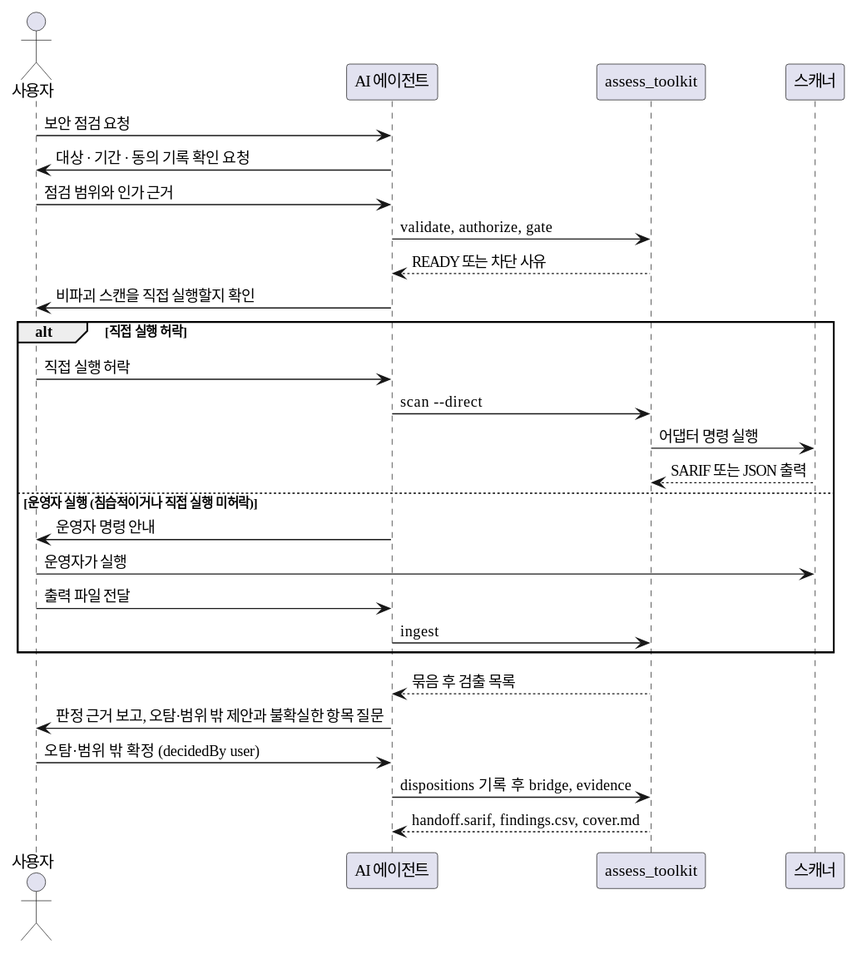
Earlier version of the PlantUML export plugins/security-assessment/skills/security-assessment/toolkit/docs/diagrams/sequence.svg (seo0tak/agent-skills).
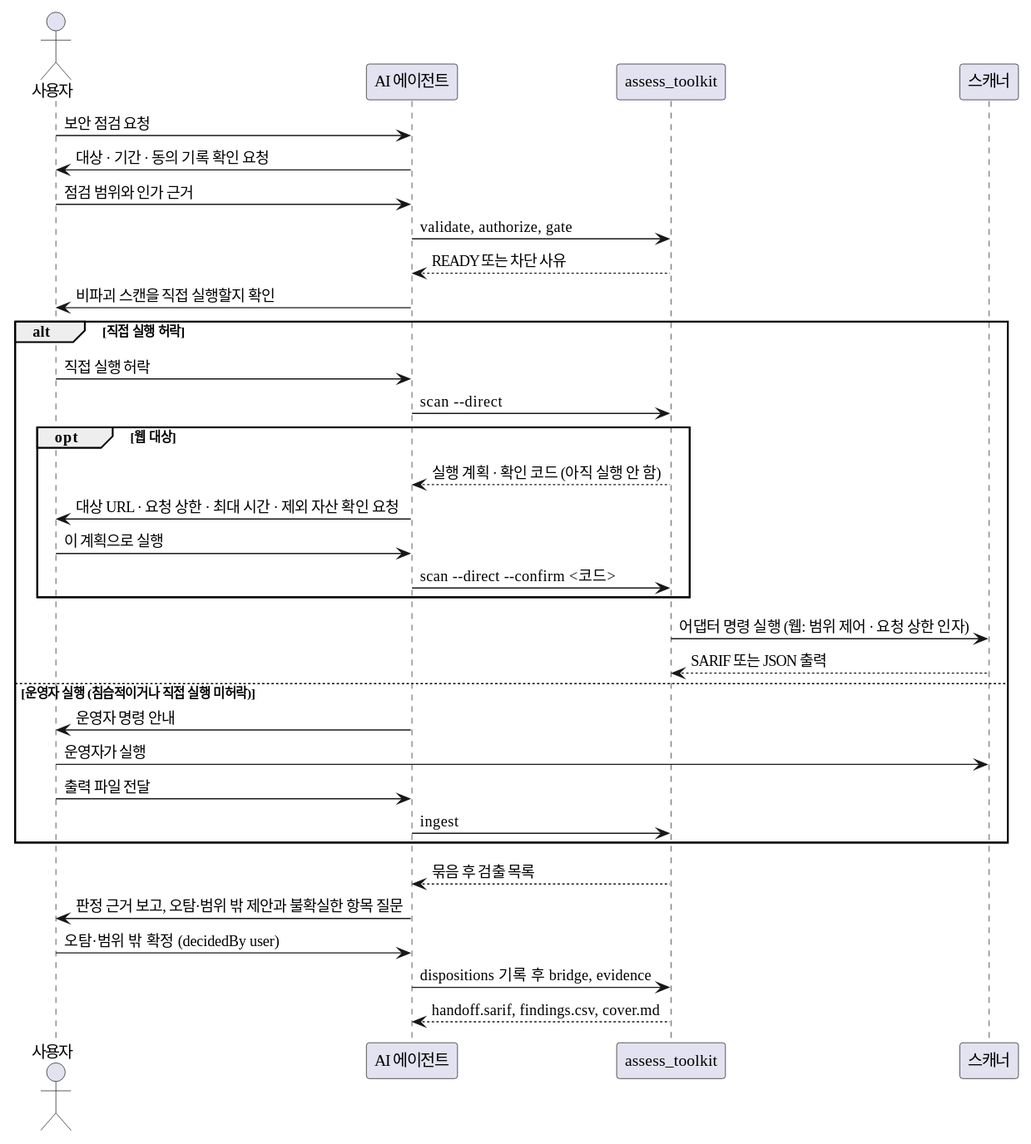
After the change.

The edit, as a diff of the source:
```diff
@@ -15,7 +15,13 @@
 alt 직접 실행 허락
   U -> A: 직접 실행 허락
   A -> T: scan --direct
-  T -> S: 어댑터 명령 실행
+  opt 웹 대상
+    T --> A: 실행 계획 · 확인 코드 (아직 실행 안 함)
+    A -> U: 대상 URL · 요청 상한 · 최대 시간 · 제외 자산 확인 요청
+    U -> A: 이 계획으로 실행
+    A -> T: scan --direct ~--confirm <코드>
+  end
+  T -> S: 어댑터 명령 실행 (웹: 범위 제어 · 요청 상한 인자)
   S --> T: SARIF 또는 JSON 출력
 else 운영자 실행 (침습적이거나 직접 실행 미허락)
   A -> U: 운영자 명령 안내
```
